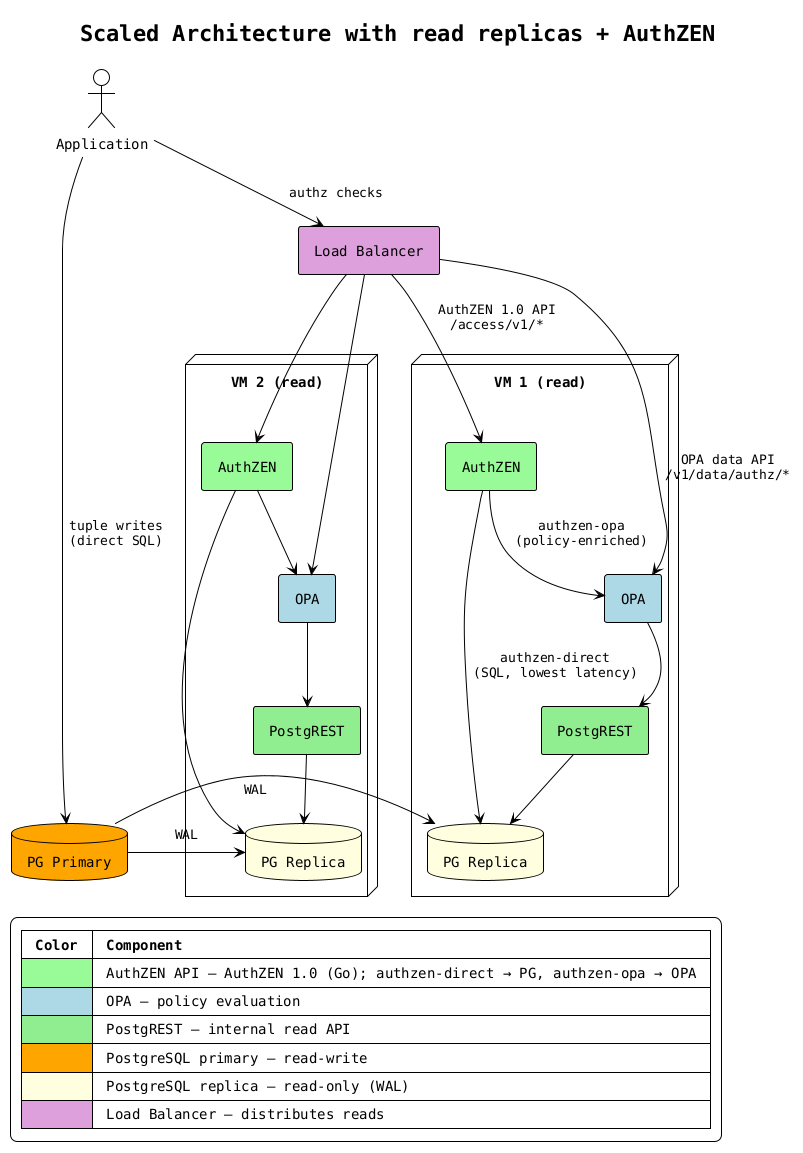
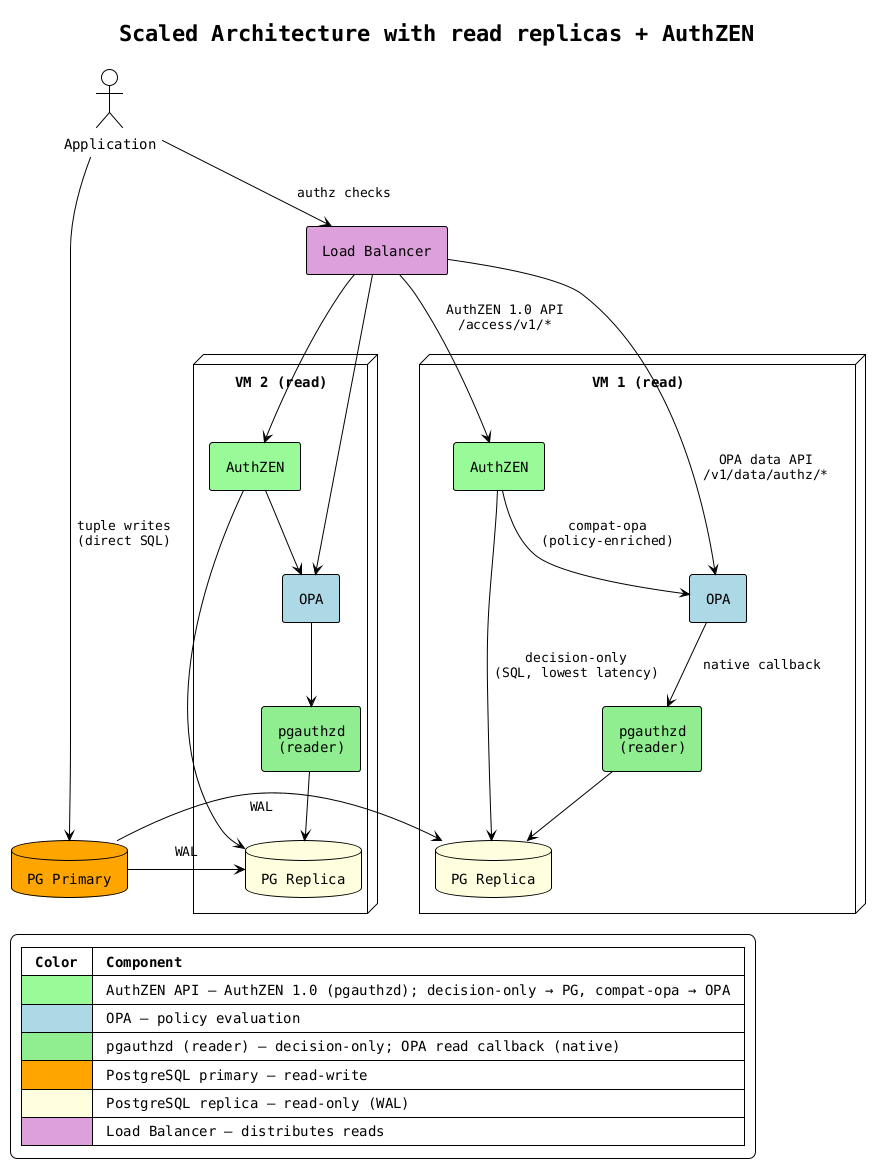
@startuml architecture-read-scaled

!theme plain
skinparam backgroundColor white
skinparam componentStyle rectangle
skinparam defaultFontName monospaced
skinparam nodesep 50
skinparam ranksep 40
skinparam padding 6

title Scaled Architecture with read replicas + AuthZEN

actor "Application" as app3

component "Load Balancer" as lb #Plum

node "VM 1 (read)" as vm1 {
    component "OPA" as opa3a #LightBlue
    component "AuthZEN" as az3a #PaleGreen
-     component "PostgREST" as pgrst3a #LightGreen
+     component "pgauthzd\n(reader)" as pgd3a #LightGreen
    database "PG Replica" as pgr3a #LightYellow
}

node "VM 2 (read)" as vm2 {
    component "OPA" as opa3b #LightBlue
    component "AuthZEN" as az3b #PaleGreen
-     component "PostgREST" as pgrst3b #LightGreen
+     component "pgauthzd\n(reader)" as pgd3b #LightGreen
    database "PG Replica" as pgr3b #LightYellow
}

database "PG Primary" as pgp3 #Orange

' Read path
app3 -down-> lb : "authz checks"
lb -down-> opa3a : "OPA data API\n/v1/data/authz/*"
lb -down-> opa3b
lb -down-> az3a : "AuthZEN 1.0 API\n/access/v1/*"
lb -down-> az3b
- opa3a -down-> pgrst3a
- opa3b -down-> pgrst3b
- az3a -down-> opa3a : "authzen-opa\n(policy-enriched)"
- az3a -down-> pgr3a : "authzen-direct\n(SQL, lowest latency)"
+ opa3a -down-> pgd3a : "native callback"
+ opa3b -down-> pgd3b
+ az3a -down-> opa3a : "compat-opa\n(policy-enriched)"
+ az3a -down-> pgr3a : "decision-only\n(SQL, lowest latency)"
az3b -down-> opa3b
az3b -down-> pgr3b
- pgrst3a -down-> pgr3a
- pgrst3b -down-> pgr3b
+ pgd3a -down-> pgr3a
+ pgd3b -down-> pgr3b

' Writes go to primary
app3 -down-> pgp3 : "tuple writes\n(direct SQL)"

' Replication
pgp3 -right-> pgr3a : "  WAL  "
pgp3 -right-> pgr3b : "  WAL  "

legend bottom left
  |= Color |= Component |
-   | <#PaleGreen> | AuthZEN API — AuthZEN 1.0 (Go); authzen-direct → PG, authzen-opa → OPA |
+   | <#PaleGreen> | AuthZEN API — AuthZEN 1.0 (pgauthzd); decision-only → PG, compat-opa → OPA |
  | <#LightBlue> | OPA — policy evaluation |
-   | <#LightGreen> | PostgREST — internal read API |
+   | <#LightGreen> | pgauthzd (reader) — decision-only; OPA read callback (native) |
  | <#Orange> | PostgreSQL primary — read-write |
  | <#LightYellow> | PostgreSQL replica — read-only (WAL) |
  | <#Plum> | Load Balancer — distributes reads |
end legend

@enduml
